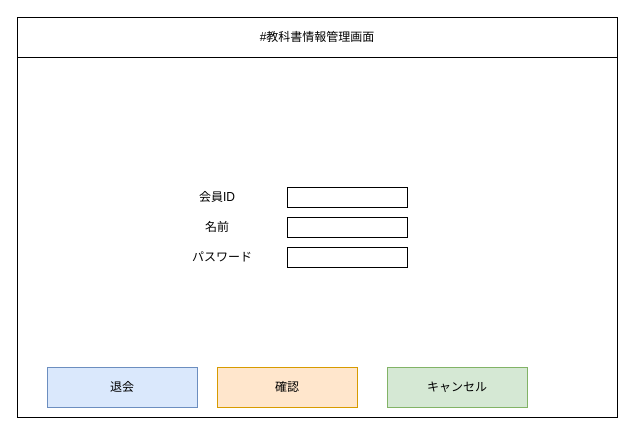
Earlier version of the draw.io diagram レイアウト図/会員画面/会員情報変更画面.drawio (2022java42-student009/ProjectJava). Source tidied: cells renumbered, new cells numbered last; positions are measured from the earlier drawing's top-left corner, leaving out a move shared by most shapes. Both pictures are drawn from the tidied source at 100%, with x=0, y=0 at pixel (17, 17).
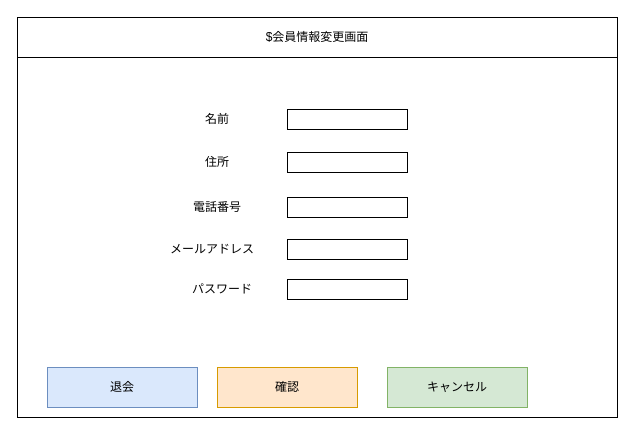
After the change.

Commit message (it also covers changes not shown here):
レイアウト図編集

Change to the diagram source:
```diff
@@
 <mxGraphModel>
   <root>
     <mxCell id="0" />
     <mxCell id="1" parent="0" />
     <mxCell id="2" style="rounded=0;whiteSpace=wrap;html=1;" parent="1" vertex="1">
       <mxGeometry width="600" height="400" as="geometry" />
     </mxCell>
-    <mxCell id="3" value="#教科書情報管理画面" style="rounded=0;whiteSpace=wrap;html=1;" parent="1" vertex="1">
+    <mxCell id="3" value="$会員情報変更画面" style="rounded=0;whiteSpace=wrap;html=1;" parent="1" vertex="1">
       <mxGeometry width="600" height="40" as="geometry" />
     </mxCell>
     <mxCell id="4" value="確認" style="rounded=0;whiteSpace=wrap;html=1;fillColor=#ffe6cc;strokeColor=#d79b00;" parent="1" vertex="1">
       <mxGeometry x="200" y="350" width="140" height="40" as="geometry" />
     </mxCell>
     <mxCell id="5" value="退会" style="rounded=0;whiteSpace=wrap;html=1;fillColor=#dae8fc;strokeColor=#6c8ebf;" parent="1" vertex="1">
       <mxGeometry x="30" y="350" width="150" height="40" as="geometry" />
     </mxCell>
     <mxCell id="6" value="キャンセル" style="rounded=0;whiteSpace=wrap;html=1;fillColor=#d5e8d4;strokeColor=#82b366;" parent="1" vertex="1">
       <mxGeometry x="370" y="350" width="140" height="40" as="geometry" />
     </mxCell>
     <mxCell id="7" style="rounded=0;whiteSpace=wrap;html=1;" parent="1" vertex="1">
-      <mxGeometry x="270" y="170" width="120" height="20" as="geometry" />
+      <mxGeometry x="270" y="180" width="120" height="20" as="geometry" />
     </mxCell>
     <mxCell id="8" style="rounded=0;whiteSpace=wrap;html=1;" parent="1" vertex="1">
-      <mxGeometry x="270" y="200" width="120" height="20" as="geometry" />
+      <mxGeometry x="270" y="92" width="120" height="20" as="geometry" />
     </mxCell>
     <mxCell id="9" style="rounded=0;whiteSpace=wrap;html=1;" parent="1" vertex="1">
-      <mxGeometry x="270" y="230" width="120" height="20" as="geometry" />
+      <mxGeometry x="270" y="262" width="120" height="20" as="geometry" />
     </mxCell>
-    <mxCell id="10" value="会員ID" style="text;html=1;strokeColor=none;fillColor=none;align=center;verticalAlign=middle;whiteSpace=wrap;rounded=0;" parent="1" vertex="1">
-      <mxGeometry x="170" y="165" width="60" height="30" as="geometry" />
+    <mxCell id="10" value="電話番号" style="text;html=1;strokeColor=none;fillColor=none;align=center;verticalAlign=middle;whiteSpace=wrap;rounded=0;" parent="1" vertex="1">
+      <mxGeometry x="170" y="175" width="60" height="30" as="geometry" />
     </mxCell>
     <mxCell id="11" value="名前" style="text;html=1;strokeColor=none;fillColor=none;align=center;verticalAlign=middle;whiteSpace=wrap;rounded=0;" parent="1" vertex="1">
-      <mxGeometry x="170" y="195" width="60" height="30" as="geometry" />
+      <mxGeometry x="170" y="87" width="60" height="30" as="geometry" />
     </mxCell>
     <mxCell id="12" value="パスワード" style="text;html=1;strokeColor=none;fillColor=none;align=center;verticalAlign=middle;whiteSpace=wrap;rounded=0;" parent="1" vertex="1">
-      <mxGeometry x="170" y="225" width="70" height="30" as="geometry" />
+      <mxGeometry x="170" y="257" width="70" height="30" as="geometry" />
     </mxCell>
+    <mxCell id="13" style="rounded=0;whiteSpace=wrap;html=1;" parent="1" vertex="1">
+      <mxGeometry x="270" y="135" width="120" height="20" as="geometry" />
+    </mxCell>
+    <mxCell id="14" value="住所" style="text;html=1;strokeColor=none;fillColor=none;align=center;verticalAlign=middle;whiteSpace=wrap;rounded=0;" parent="1" vertex="1">
+      <mxGeometry x="170" y="130" width="60" height="30" as="geometry" />
+    </mxCell>
+    <mxCell id="15" style="rounded=0;whiteSpace=wrap;html=1;" parent="1" vertex="1">
+      <mxGeometry x="270" y="222" width="120" height="20" as="geometry" />
+    </mxCell>
+    <mxCell id="16" value="メールアドレス" style="text;html=1;strokeColor=none;fillColor=none;align=center;verticalAlign=middle;whiteSpace=wrap;rounded=0;" parent="1" vertex="1">
+      <mxGeometry x="150" y="217" width="90" height="30" as="geometry" />
+    </mxCell>
   </root>
 </mxGraphModel>
```
